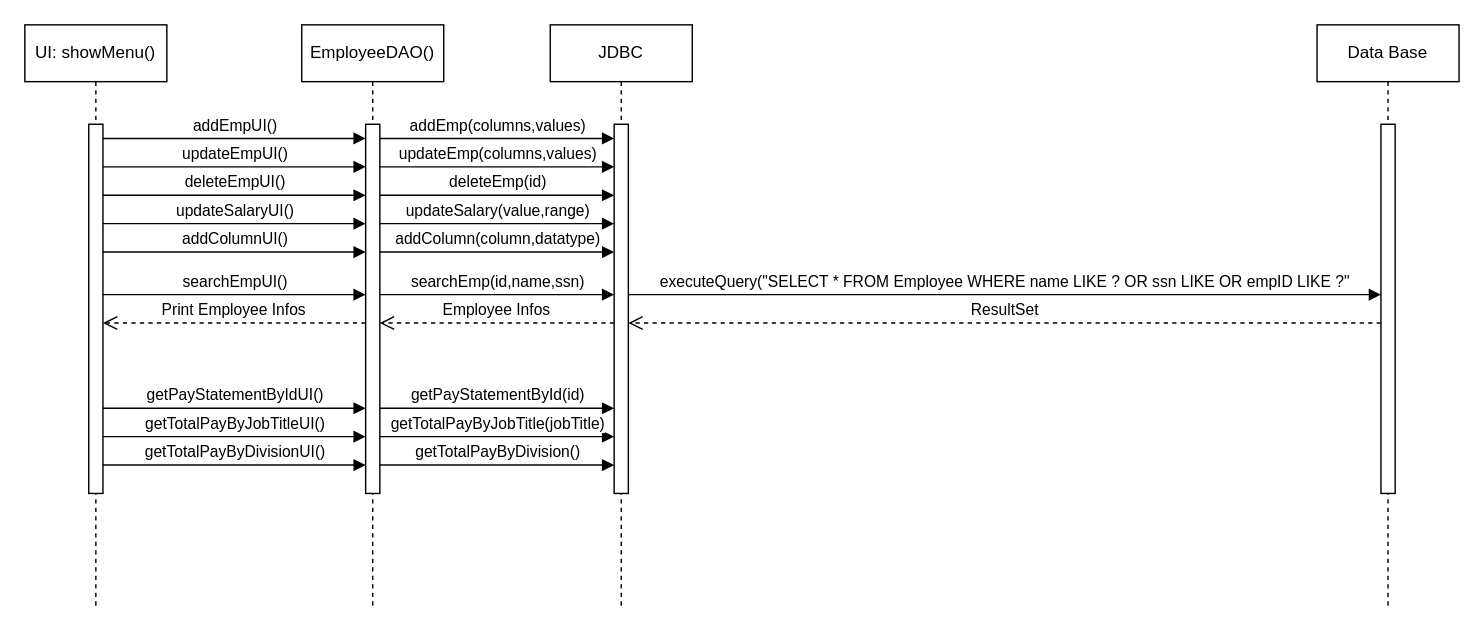
Before: Diagram/Untitled Diagram.drawio in linnypham/CSC3350_project, a draw.io diagram. Source tidied: cells renumbered, new cells numbered last; positions are measured from the earlier drawing's top-left corner, leaving out a move shared by most shapes. Both pictures are drawn from the tidied source at 142%, with x=0, y=0 at pixel (24, 24).
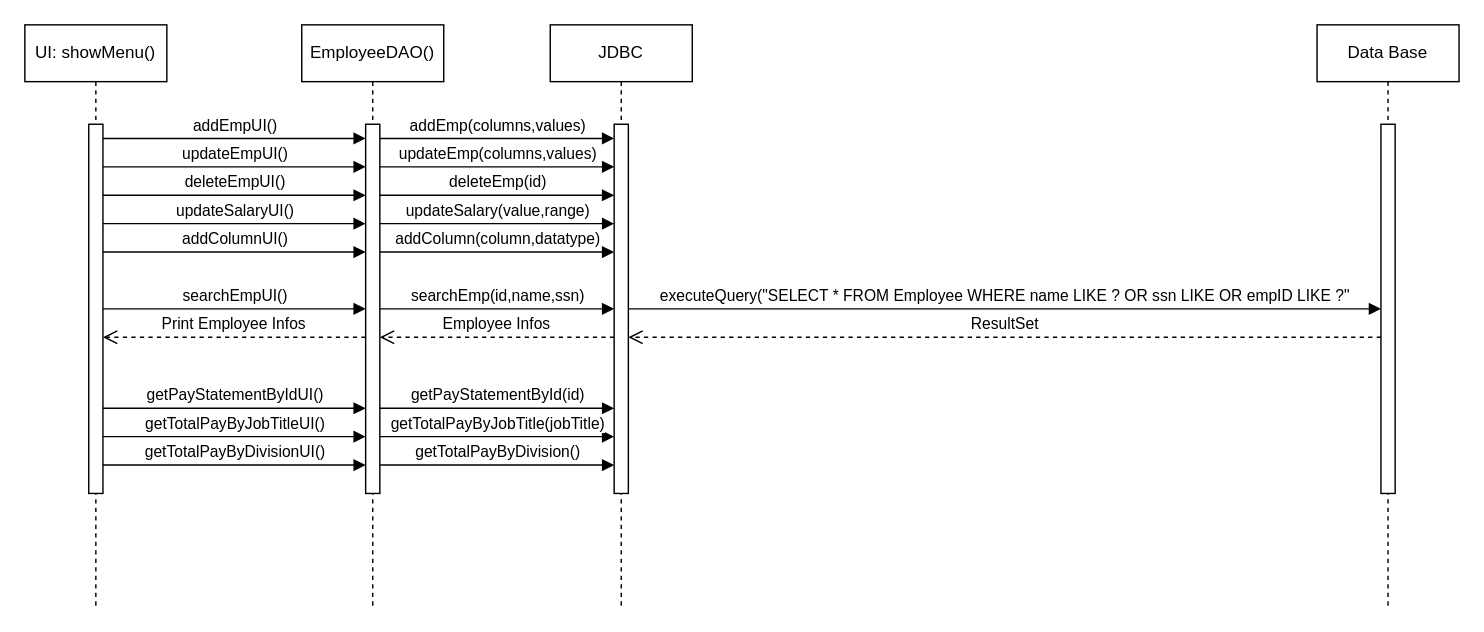
After the change.

The change refers to these unchanged cells:
```xml
<mxCell id="26" style="html=1;points=[];perimeter=orthogonalPerimeter;outlineConnect=0;targetShapes=umlLifeline;portConstraint=eastwest;newEdgeStyle={&quot;edgeStyle&quot;:&quot;elbowEdgeStyle&quot;,&quot;elbow&quot;:&quot;vertical&quot;,&quot;curved&quot;:0,&quot;rounded&quot;:0};" parent="25" vertex="1">
  <mxGeometry x="45" y="70" width="10" height="260" as="geometry" />
</mxCell>
<mxCell id="29" style="html=1;points=[];perimeter=orthogonalPerimeter;outlineConnect=0;targetShapes=umlLifeline;portConstraint=eastwest;newEdgeStyle={&quot;edgeStyle&quot;:&quot;elbowEdgeStyle&quot;,&quot;elbow&quot;:&quot;vertical&quot;,&quot;curved&quot;:0,&quot;rounded&quot;:0};" parent="28" vertex="1">
  <mxGeometry x="45" y="70" width="10" height="260" as="geometry" />
</mxCell>
```

What changed in the source:
```diff
@@
     <mxCell id="4" value="Employee Infos" style="html=1;verticalAlign=bottom;endArrow=open;dashed=1;endSize=8;edgeStyle=elbowEdgeStyle;elbow=vertical;curved=0;rounded=0;" parent="1" edge="1">
       <mxGeometry relative="1" as="geometry">
-        <mxPoint x="415" y="210" as="sourcePoint" />
-        <mxPoint x="250" y="210" as="targetPoint" />
+        <mxPoint x="415" y="220" as="sourcePoint" />
+        <mxPoint x="250" y="220" as="targetPoint" />
         <Array as="points">
-          <mxPoint x="325" y="210" />
+          <mxPoint x="325" y="220" />
         </Array>
       </mxGeometry>
     </mxCell>
@@
     <mxCell id="10" value="searchEmpUI()" style="html=1;verticalAlign=bottom;endArrow=block;edgeStyle=elbowEdgeStyle;elbow=vertical;curved=0;rounded=0;" parent="1" edge="1">
       <mxGeometry relative="1" as="geometry">
-        <mxPoint x="55" y="190" as="sourcePoint" />
-        <mxPoint x="240" y="190" as="targetPoint" />
+        <mxPoint x="55" y="200" as="sourcePoint" />
+        <mxPoint x="240" y="200" as="targetPoint" />
         <Array as="points">
-          <mxPoint x="155" y="190" />
+          <mxPoint x="155" y="200" />
         </Array>
       </mxGeometry>
     </mxCell>
@@
     <mxCell id="19" value="searchEmp(id,name,ssn)" style="html=1;verticalAlign=bottom;endArrow=block;edgeStyle=elbowEdgeStyle;elbow=vertical;curved=0;rounded=0;" parent="1" edge="1">
       <mxGeometry relative="1" as="geometry">
-        <mxPoint x="250" y="190" as="sourcePoint" />
-        <mxPoint x="415" y="190" as="targetPoint" />
+        <mxPoint x="250" y="200" as="sourcePoint" />
+        <mxPoint x="415" y="200" as="targetPoint" />
         <Array as="points">
-          <mxPoint x="300" y="190" />
+          <mxPoint x="300" y="200" />
         </Array>
       </mxGeometry>
     </mxCell>
@@
     <mxCell id="27" value="Print Employee Infos" style="html=1;verticalAlign=bottom;endArrow=open;dashed=1;endSize=8;edgeStyle=elbowEdgeStyle;elbow=vertical;curved=0;rounded=0;" parent="1" edge="1">
       <mxGeometry relative="1" as="geometry">
-        <mxPoint x="240" y="210" as="sourcePoint" />
-        <mxPoint x="55" y="210" as="targetPoint" />
+        <mxPoint x="240" y="220" as="sourcePoint" />
+        <mxPoint x="55" y="220" as="targetPoint" />
         <Array as="points">
-          <mxPoint x="135" y="210" />
+          <mxPoint x="135" y="220" />
         </Array>
       </mxGeometry>
     </mxCell>
-    <mxCell id="28" value="Data Base" style="shape=umlLifeline;perimeter=lifelinePerimeter;whiteSpace=wrap;html=1;newEdgeStyle={&quot;edgeStyle&quot;:&quot;elbowEdgeStyle&quot;,&quot;elbow&quot;:&quot;vertical&quot;,&quot;curved&quot;:0,&quot;rounded&quot;:0};" parent="1" vertex="1">
+    <mxCell id="28" value="Data Base" style="shape=umlLifeline;perimeter=lifelinePerimeter;whiteSpace=wrap;html=1;newEdgeStyle={&quot;edgeStyle&quot;:&quot;elbowEdgeStyle&quot;,&quot;elbow&quot;:&quot;vertical&quot;,&quot;curved&quot;:0,&quot;rounded&quot;:0};size=40;" parent="1" vertex="1">
       <mxGeometry x="910" width="100" height="410" as="geometry" />
     </mxCell>
@@
-    <mxCell id="30" value="executeQuery(&quot;SELECT * FROM Employee WHERE name LIKE ? OR ssn LIKE OR empID LIKE ?&quot;" style="html=1;verticalAlign=bottom;endArrow=block;edgeStyle=elbowEdgeStyle;elbow=vertical;curved=0;rounded=0;" parent="1" edge="1" target="29">
+    <mxCell id="30" value="executeQuery(&quot;SELECT * FROM Employee WHERE name LIKE ? OR ssn LIKE OR empID LIKE ?&quot;" style="html=1;verticalAlign=bottom;endArrow=block;edgeStyle=elbowEdgeStyle;elbow=vertical;curved=0;rounded=0;" parent="1" edge="1">
       <mxGeometry relative="1" as="geometry">
-        <mxPoint x="425" y="190" as="sourcePoint" />
+        <mxPoint x="425" y="200" as="sourcePoint" />
+        <mxPoint x="955" y="200" as="targetPoint" />
         <Array as="points">
-          <mxPoint x="465" y="190" />
+          <mxPoint x="465" y="200" />
         </Array>
       </mxGeometry>
     </mxCell>
-    <mxCell id="31" value="ResultSet" style="html=1;verticalAlign=bottom;endArrow=open;dashed=1;endSize=8;edgeStyle=elbowEdgeStyle;elbow=vertical;curved=0;rounded=0;" parent="1" edge="1" source="29" target="26">
+    <mxCell id="31" value="ResultSet" style="html=1;verticalAlign=bottom;endArrow=open;dashed=1;endSize=8;edgeStyle=elbowEdgeStyle;elbow=vertical;curved=0;rounded=0;" parent="1" edge="1">
       <mxGeometry relative="1" as="geometry">
+        <mxPoint x="955" y="220" as="sourcePoint" />
+        <mxPoint x="425" y="220" as="targetPoint" />
         <Array as="points">
-          <mxPoint x="515" y="210" />
+          <mxPoint x="515" y="220" />
         </Array>
       </mxGeometry>
     </mxCell>
```
